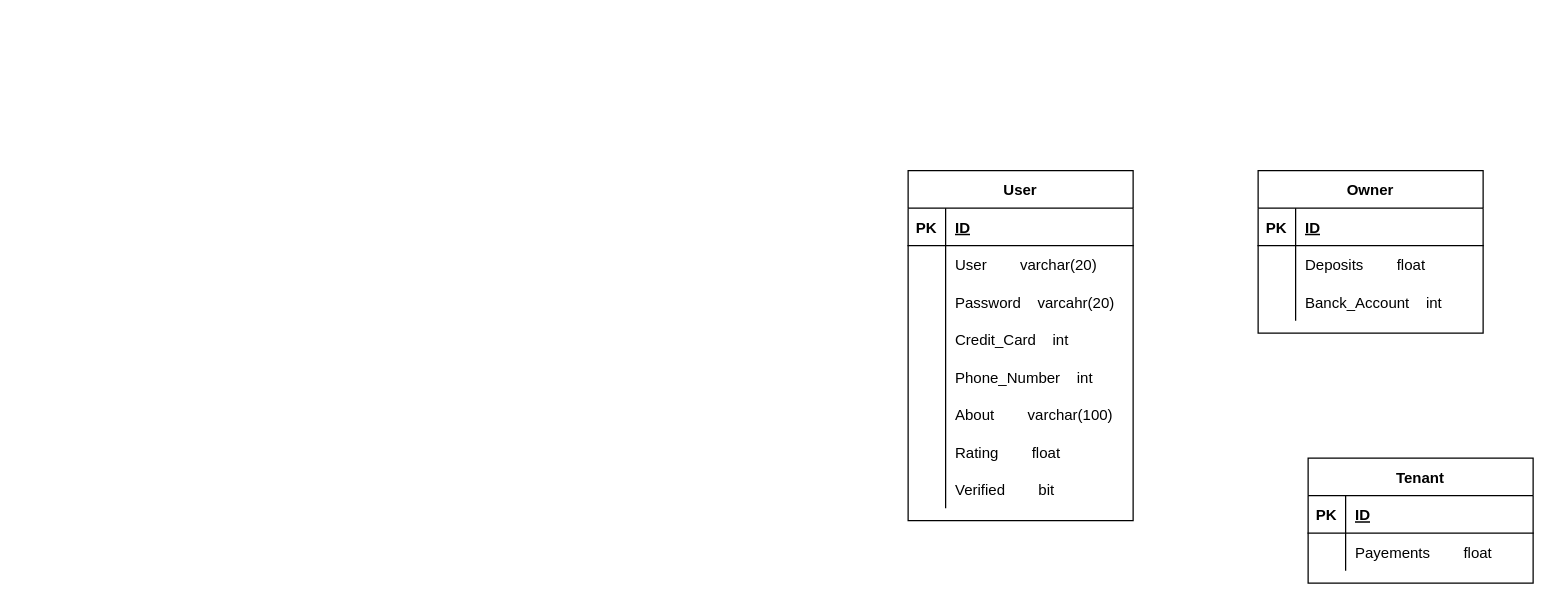
Earlier version of the draw.io diagram page "Mod Relacional" (2 of 2) of Charts_Rooming.drawio (samuelcrb/Rooming). Source tidied: cells renumbered, new cells numbered last; positions are measured from the earlier drawing's top-left corner, leaving out a move shared by most shapes. Both pictures are drawn from the tidied source at 125%, with x=0, y=0 at pixel (908, 170).
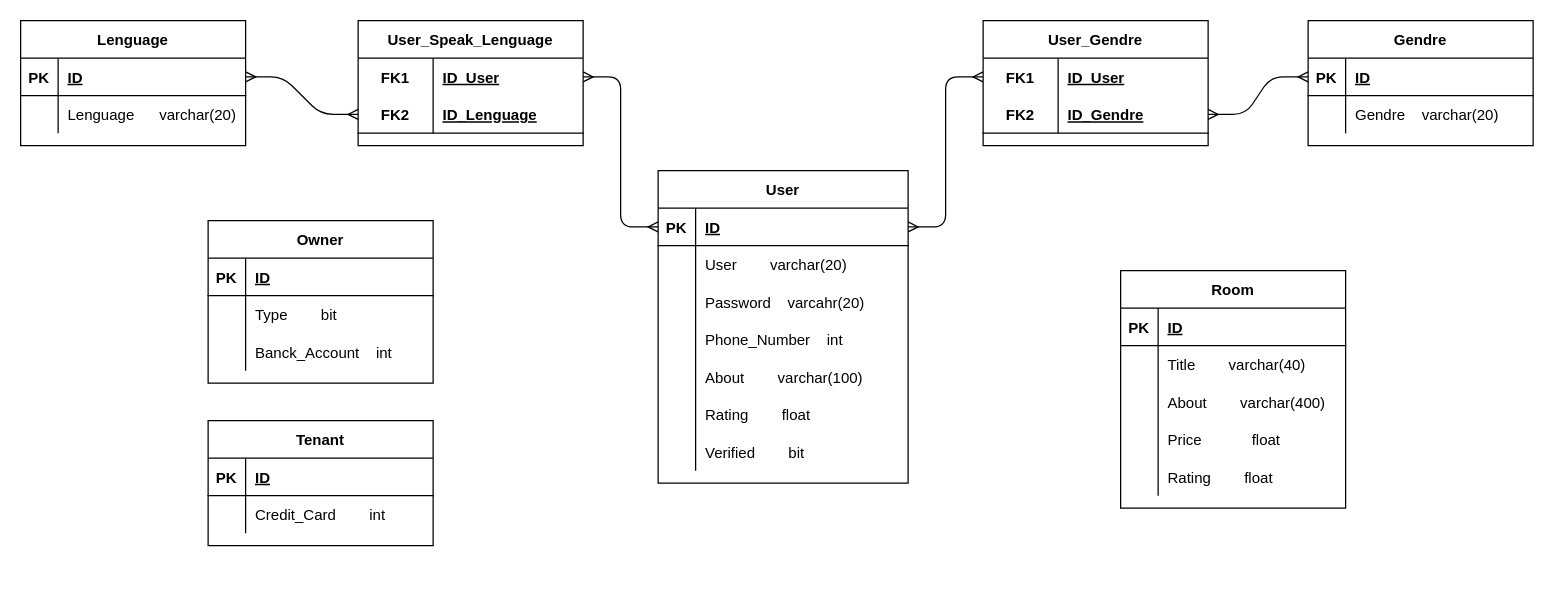
After the change.

The change refers to these unchanged cells:
```xml
<mxCell id="41" style="shape=partialRectangle;fillColor=none;top=0;left=0;bottom=0;right=0;" parent="37" vertex="1">
  <mxGeometry y="60" width="180" height="30" as="geometry" />
</mxCell>
```

Diff of the diagram source:
```diff
@@
     <mxCell id="2" value="User" style="shape=table;startSize=30;childLayout=tableLayout;rowLines=0;fontStyle=1;align=center;" parent="1" vertex="1">
-      <mxGeometry width="180" height="280" as="geometry" />
+      <mxGeometry x="-200" width="200" height="250" as="geometry" />
     </mxCell>
     <mxCell id="3" style="shape=partialRectangle;fillColor=none;top=0;left=0;bottom=1;right=0;points=[[0,0.5],[1,0.5]];portConstraint=eastwest;" parent="2" vertex="1">
-      <mxGeometry y="30" width="180" height="30" as="geometry" />
+      <mxGeometry y="30" width="200" height="30" as="geometry" />
     </mxCell>
@@
     <mxCell id="5" value="ID" style="shape=partialRectangle;fillColor=none;top=0;left=0;bottom=0;right=0;align=left;spacingLeft=6;fontStyle=5;overflow=hidden;" parent="3" vertex="1">
-      <mxGeometry x="30" width="150" height="30" as="geometry" />
+      <mxGeometry x="30" width="170" height="30" as="geometry" />
     </mxCell>
     <mxCell id="6" style="shape=partialRectangle;fillColor=none;top=0;left=0;bottom=0;right=0;" parent="2" vertex="1">
-      <mxGeometry y="60" width="180" height="30" as="geometry" />
+      <mxGeometry y="60" width="200" height="30" as="geometry" />
     </mxCell>
@@
     <mxCell id="8" value="User        varchar(20)" style="shape=partialRectangle;fillColor=none;top=0;left=0;bottom=0;right=0;align=left;spacingLeft=6;overflow=hidden;" parent="6" vertex="1">
-      <mxGeometry x="30" width="150" height="30" as="geometry" />
+      <mxGeometry x="30" width="170" height="30" as="geometry" />
     </mxCell>
     <mxCell id="9" style="shape=partialRectangle;fillColor=none;top=0;left=0;bottom=0;right=0;" parent="2" vertex="1">
-      <mxGeometry y="90" width="180" height="30" as="geometry" />
+      <mxGeometry y="90" width="200" height="30" as="geometry" />
     </mxCell>
@@
     <mxCell id="11" value="Password    varcahr(20)" style="shape=partialRectangle;fillColor=none;top=0;left=0;bottom=0;right=0;align=left;spacingLeft=6;overflow=hidden;" parent="9" vertex="1">
-      <mxGeometry x="30" width="150" height="30" as="geometry" />
+      <mxGeometry x="30" width="170" height="30" as="geometry" />
     </mxCell>
-    <mxCell id="12" style="shape=partialRectangle;fillColor=none;top=0;left=0;bottom=0;right=0;" parent="2" vertex="1">
-      <mxGeometry y="120" width="180" height="30" as="geometry" />
-    </mxCell>
-    <mxCell id="13" style="shape=partialRectangle;fillColor=none;top=0;left=0;bottom=0;right=0;overflow=hidden;" parent="12" vertex="1">
-      <mxGeometry width="30" height="30" as="geometry" />
-    </mxCell>
-    <mxCell id="14" value="Credit_Card    int" style="shape=partialRectangle;fillColor=none;top=0;left=0;bottom=0;right=0;align=left;spacingLeft=6;overflow=hidden;" parent="12" vertex="1">
-      <mxGeometry x="30" width="150" height="30" as="geometry" />
-    </mxCell>
     <mxCell id="15" style="shape=partialRectangle;fillColor=none;top=0;left=0;bottom=0;right=0;" parent="2" vertex="1">
-      <mxGeometry y="150" width="180" height="30" as="geometry" />
+      <mxGeometry y="120" width="200" height="30" as="geometry" />
     </mxCell>
@@
     <mxCell id="17" value="Phone_Number    int" style="shape=partialRectangle;fillColor=none;top=0;left=0;bottom=0;right=0;align=left;spacingLeft=6;overflow=hidden;" parent="15" vertex="1">
-      <mxGeometry x="30" width="150" height="30" as="geometry" />
+      <mxGeometry x="30" width="170" height="30" as="geometry" />
     </mxCell>
     <mxCell id="18" style="shape=partialRectangle;fillColor=none;top=0;left=0;bottom=0;right=0;" parent="2" vertex="1">
-      <mxGeometry y="180" width="180" height="30" as="geometry" />
+      <mxGeometry y="150" width="200" height="30" as="geometry" />
     </mxCell>
@@
     <mxCell id="20" value="About        varchar(100)" style="shape=partialRectangle;fillColor=none;top=0;left=0;bottom=0;right=0;align=left;spacingLeft=6;overflow=hidden;" parent="18" vertex="1">
-      <mxGeometry x="30" width="150" height="30" as="geometry" />
+      <mxGeometry x="30" width="170" height="30" as="geometry" />
     </mxCell>
     <mxCell id="21" style="shape=partialRectangle;fillColor=none;top=0;left=0;bottom=0;right=0;" parent="2" vertex="1">
-      <mxGeometry y="210" width="180" height="30" as="geometry" />
+      <mxGeometry y="180" width="200" height="30" as="geometry" />
     </mxCell>
@@
     <mxCell id="23" value="Rating        float" style="shape=partialRectangle;fillColor=none;top=0;left=0;bottom=0;right=0;align=left;spacingLeft=6;overflow=hidden;" parent="21" vertex="1">
-      <mxGeometry x="30" width="150" height="30" as="geometry" />
+      <mxGeometry x="30" width="170" height="30" as="geometry" />
     </mxCell>
     <mxCell id="24" style="shape=partialRectangle;fillColor=none;top=0;left=0;bottom=0;right=0;" parent="2" vertex="1">
-      <mxGeometry y="240" width="180" height="30" as="geometry" />
+      <mxGeometry y="210" width="200" height="30" as="geometry" />
     </mxCell>
@@
     <mxCell id="26" value="Verified        bit" style="shape=partialRectangle;fillColor=none;top=0;left=0;bottom=0;right=0;align=left;spacingLeft=6;overflow=hidden;" parent="24" vertex="1">
-      <mxGeometry x="30" width="150" height="30" as="geometry" />
+      <mxGeometry x="30" width="170" height="30" as="geometry" />
     </mxCell>
     <mxCell id="27" value="Owner" style="shape=table;startSize=30;childLayout=tableLayout;rowLines=0;fontStyle=1;align=center;" parent="1" vertex="1">
-      <mxGeometry x="280" width="180" height="130" as="geometry" />
+      <mxGeometry x="-560" y="40" width="180" height="130" as="geometry" />
     </mxCell>
@@
-    <mxCell id="31" style="shape=partialRectangle;fillColor=none;top=0;left=0;bottom=0;right=0;" parent="27" vertex="1">
-      <mxGeometry y="60" width="180" height="30" as="geometry" />
-    </mxCell>
-    <mxCell id="32" style="shape=partialRectangle;fillColor=none;top=0;left=0;bottom=0;right=0;overflow=hidden;" parent="31" vertex="1">
-      <mxGeometry width="30" height="30" as="geometry" />
-    </mxCell>
-    <mxCell id="33" value="Deposits        float" style="shape=partialRectangle;fillColor=none;top=0;left=0;bottom=0;right=0;align=left;spacingLeft=6;overflow=hidden;" parent="31" vertex="1">
-      <mxGeometry x="30" width="150" height="30" as="geometry" />
-    </mxCell>
+    <mxCell id="44" style="shape=partialRectangle;fillColor=none;top=0;left=0;bottom=0;right=0;" parent="27" vertex="1">
+      <mxGeometry y="60" width="180" height="30" as="geometry" />
+    </mxCell>
+    <mxCell id="45" style="shape=partialRectangle;fillColor=none;top=0;left=0;bottom=0;right=0;overflow=hidden;" parent="44" vertex="1">
+      <mxGeometry width="30" height="30" as="geometry" />
+    </mxCell>
+    <mxCell id="46" value="Type        bit" style="shape=partialRectangle;fillColor=none;top=0;left=0;bottom=0;right=0;align=left;spacingLeft=6;overflow=hidden;" parent="44" vertex="1">
+      <mxGeometry x="30" width="150" height="30" as="geometry" />
+    </mxCell>
@@
     <mxCell id="37" value="Tenant" style="shape=table;startSize=30;childLayout=tableLayout;rowLines=0;fontStyle=1;align=center;" parent="1" vertex="1">
-      <mxGeometry x="320" y="230" width="180" height="100" as="geometry" />
+      <mxGeometry x="-560" y="200" width="180" height="100" as="geometry" />
     </mxCell>
@@
-    <mxCell id="43" value="Payements        float" style="shape=partialRectangle;fillColor=none;top=0;left=0;bottom=0;right=0;align=left;spacingLeft=6;overflow=hidden;" parent="41" vertex="1">
+    <mxCell id="43" value="Credit_Card        int" style="shape=partialRectangle;fillColor=none;top=0;left=0;bottom=0;right=0;align=left;spacingLeft=6;overflow=hidden;" parent="41" vertex="1">
       <mxGeometry x="30" width="150" height="30" as="geometry" />
     </mxCell>
+    <mxCell id="47" value="Lenguage" style="shape=table;startSize=30;childLayout=tableLayout;rowLines=0;fontStyle=1;align=center;" parent="1" vertex="1">
+      <mxGeometry x="-710" y="-120" width="180" height="100" as="geometry" />
+    </mxCell>
+    <mxCell id="48" style="shape=partialRectangle;fillColor=none;top=0;left=0;bottom=1;right=0;points=[[0,0.5],[1,0.5]];portConstraint=eastwest;" parent="47" vertex="1">
+      <mxGeometry y="30" width="180" height="30" as="geometry" />
+    </mxCell>
+    <mxCell id="49" value="PK" style="shape=partialRectangle;fillColor=none;top=0;left=0;bottom=0;right=0;fontStyle=1;overflow=hidden;" parent="48" vertex="1">
+      <mxGeometry width="30" height="30" as="geometry" />
+    </mxCell>
+    <mxCell id="50" value="ID" style="shape=partialRectangle;fillColor=none;top=0;left=0;bottom=0;right=0;align=left;spacingLeft=6;fontStyle=5;overflow=hidden;" parent="48" vertex="1">
+      <mxGeometry x="30" width="150" height="30" as="geometry" />
+    </mxCell>
+    <mxCell id="51" style="shape=partialRectangle;fillColor=none;top=0;left=0;bottom=0;right=0;" parent="47" vertex="1">
+      <mxGeometry y="60" width="180" height="30" as="geometry" />
+    </mxCell>
+    <mxCell id="52" style="shape=partialRectangle;fillColor=none;top=0;left=0;bottom=0;right=0;overflow=hidden;" parent="51" vertex="1">
+      <mxGeometry width="30" height="30" as="geometry" />
+    </mxCell>
+    <mxCell id="53" value="Lenguage      varchar(20)" style="shape=partialRectangle;fillColor=none;top=0;left=0;bottom=0;right=0;align=left;spacingLeft=6;overflow=hidden;" parent="51" vertex="1">
+      <mxGeometry x="30" width="150" height="30" as="geometry" />
+    </mxCell>
+    <mxCell id="54" value="Gendre" style="shape=table;startSize=30;childLayout=tableLayout;rowLines=0;fontStyle=1;align=center;" parent="1" vertex="1">
+      <mxGeometry x="320" y="-120" width="180" height="100" as="geometry" />
+    </mxCell>
+    <mxCell id="55" style="shape=partialRectangle;fillColor=none;top=0;left=0;bottom=1;right=0;points=[[0,0.5],[1,0.5]];portConstraint=eastwest;" parent="54" vertex="1">
+      <mxGeometry y="30" width="180" height="30" as="geometry" />
+    </mxCell>
+    <mxCell id="56" value="PK" style="shape=partialRectangle;fillColor=none;top=0;left=0;bottom=0;right=0;fontStyle=1;overflow=hidden;" parent="55" vertex="1">
+      <mxGeometry width="30" height="30" as="geometry" />
+    </mxCell>
+    <mxCell id="57" value="ID" style="shape=partialRectangle;fillColor=none;top=0;left=0;bottom=0;right=0;align=left;spacingLeft=6;fontStyle=5;overflow=hidden;" parent="55" vertex="1">
+      <mxGeometry x="30" width="150" height="30" as="geometry" />
+    </mxCell>
+    <mxCell id="58" style="shape=partialRectangle;fillColor=none;top=0;left=0;bottom=0;right=0;" parent="54" vertex="1">
+      <mxGeometry y="60" width="180" height="30" as="geometry" />
+    </mxCell>
+    <mxCell id="59" style="shape=partialRectangle;fillColor=none;top=0;left=0;bottom=0;right=0;overflow=hidden;" parent="58" vertex="1">
+      <mxGeometry width="30" height="30" as="geometry" />
+    </mxCell>
+    <mxCell id="60" value="Gendre    varchar(20)" style="shape=partialRectangle;fillColor=none;top=0;left=0;bottom=0;right=0;align=left;spacingLeft=6;overflow=hidden;" parent="58" vertex="1">
+      <mxGeometry x="30" width="150" height="30" as="geometry" />
+    </mxCell>
+    <mxCell id="61" style="edgeStyle=entityRelationEdgeStyle;fontSize=12;html=1;endArrow=ERmany;startArrow=ERmany;entryX=0;entryY=0.5;entryDx=0;entryDy=0;exitX=1;exitY=0.5;exitDx=0;exitDy=0;" parent="1" edge="1" source="64" target="3">
+      <mxGeometry relative="1" as="geometry" />
+    </mxCell>
+    <mxCell id="62" style="edgeStyle=entityRelationEdgeStyle;fontSize=12;html=1;endArrow=ERmany;startArrow=ERmany;entryX=0;entryY=0.5;entryDx=0;entryDy=0;exitX=1;exitY=0.5;exitDx=0;exitDy=0;" parent="1" edge="1" source="3" target="72">
+      <mxGeometry relative="1" as="geometry" />
+    </mxCell>
+    <mxCell id="63" value="User_Speak_Lenguage" style="shape=table;startSize=30;childLayout=tableLayout;rowLines=0;fontStyle=1;align=center;" parent="1" vertex="1">
+      <mxGeometry x="-440" y="-120" width="180" height="100" as="geometry" />
+    </mxCell>
+    <mxCell id="64" style="shape=partialRectangle;fillColor=none;top=0;left=0;bottom=0;right=0;points=[[0,0.5],[1,0.5]];portConstraint=eastwest;" parent="63" vertex="1">
+      <mxGeometry y="30" width="180" height="30" as="geometry" />
+    </mxCell>
+    <mxCell id="65" value="FK1" style="shape=partialRectangle;fillColor=none;top=0;left=0;bottom=0;right=0;fontStyle=1;overflow=hidden;" parent="64" vertex="1">
+      <mxGeometry width="60" height="30" as="geometry" />
+    </mxCell>
+    <mxCell id="66" value="ID_User" style="shape=partialRectangle;fillColor=none;top=0;left=0;bottom=0;right=0;align=left;spacingLeft=6;fontStyle=5;overflow=hidden;" parent="64" vertex="1">
+      <mxGeometry x="60" width="120" height="30" as="geometry" />
+    </mxCell>
+    <mxCell id="67" style="shape=partialRectangle;fillColor=none;top=0;left=0;bottom=1;right=0;points=[[0,0.5],[1,0.5]];portConstraint=eastwest;" parent="63" vertex="1">
+      <mxGeometry y="60" width="180" height="30" as="geometry" />
+    </mxCell>
+    <mxCell id="68" value="FK2" style="shape=partialRectangle;fillColor=none;top=0;left=0;bottom=0;right=0;fontStyle=1;overflow=hidden;" parent="67" vertex="1">
+      <mxGeometry width="60" height="30" as="geometry" />
+    </mxCell>
+    <mxCell id="69" value="ID_Lenguage" style="shape=partialRectangle;fillColor=none;top=0;left=0;bottom=0;right=0;align=left;spacingLeft=6;fontStyle=5;overflow=hidden;" parent="67" vertex="1">
+      <mxGeometry x="60" width="120" height="30" as="geometry" />
+    </mxCell>
+    <mxCell id="70" style="edgeStyle=entityRelationEdgeStyle;fontSize=12;html=1;endArrow=ERmany;startArrow=ERmany;entryX=0;entryY=0.5;entryDx=0;entryDy=0;exitX=1;exitY=0.5;exitDx=0;exitDy=0;" parent="1" edge="1" source="48" target="67">
+      <mxGeometry relative="1" as="geometry" />
+    </mxCell>
+    <mxCell id="71" value="User_Gendre" style="shape=table;startSize=30;childLayout=tableLayout;rowLines=0;fontStyle=1;align=center;" parent="1" vertex="1">
+      <mxGeometry x="60" y="-120" width="180" height="100" as="geometry" />
+    </mxCell>
+    <mxCell id="72" style="shape=partialRectangle;fillColor=none;top=0;left=0;bottom=0;right=0;points=[[0,0.5],[1,0.5]];portConstraint=eastwest;" parent="71" vertex="1">
+      <mxGeometry y="30" width="180" height="30" as="geometry" />
+    </mxCell>
+    <mxCell id="73" value="FK1" style="shape=partialRectangle;fillColor=none;top=0;left=0;bottom=0;right=0;fontStyle=1;overflow=hidden;" parent="72" vertex="1">
+      <mxGeometry width="60" height="30" as="geometry" />
+    </mxCell>
+    <mxCell id="74" value="ID_User" style="shape=partialRectangle;fillColor=none;top=0;left=0;bottom=0;right=0;align=left;spacingLeft=6;fontStyle=5;overflow=hidden;" parent="72" vertex="1">
+      <mxGeometry x="60" width="120" height="30" as="geometry" />
+    </mxCell>
+    <mxCell id="75" style="shape=partialRectangle;fillColor=none;top=0;left=0;bottom=1;right=0;points=[[0,0.5],[1,0.5]];portConstraint=eastwest;" parent="71" vertex="1">
+      <mxGeometry y="60" width="180" height="30" as="geometry" />
+    </mxCell>
+    <mxCell id="76" value="FK2" style="shape=partialRectangle;fillColor=none;top=0;left=0;bottom=0;right=0;fontStyle=1;overflow=hidden;" parent="75" vertex="1">
+      <mxGeometry width="60" height="30" as="geometry" />
+    </mxCell>
+    <mxCell id="77" value="ID_Gendre" style="shape=partialRectangle;fillColor=none;top=0;left=0;bottom=0;right=0;align=left;spacingLeft=6;fontStyle=5;overflow=hidden;" parent="75" vertex="1">
+      <mxGeometry x="60" width="120" height="30" as="geometry" />
+    </mxCell>
+    <mxCell id="78" style="edgeStyle=entityRelationEdgeStyle;fontSize=12;html=1;endArrow=ERmany;startArrow=ERmany;entryX=0;entryY=0.5;entryDx=0;entryDy=0;exitX=1;exitY=0.5;exitDx=0;exitDy=0;" parent="1" edge="1" source="75" target="55">
+      <mxGeometry relative="1" as="geometry" />
+    </mxCell>
+    <mxCell id="79" value="Room" style="shape=table;startSize=30;childLayout=tableLayout;rowLines=0;fontStyle=1;align=center;" parent="1" vertex="1">
+      <mxGeometry x="170" y="80" width="180" height="190" as="geometry" />
+    </mxCell>
+    <mxCell id="80" style="shape=partialRectangle;fillColor=none;top=0;left=0;bottom=1;right=0;" parent="79" vertex="1">
+      <mxGeometry y="30" width="180" height="30" as="geometry" />
+    </mxCell>
+    <mxCell id="81" value="PK" style="shape=partialRectangle;fillColor=none;top=0;left=0;bottom=0;right=0;fontStyle=1;overflow=hidden;" parent="80" vertex="1">
+      <mxGeometry width="30" height="30" as="geometry" />
+    </mxCell>
+    <mxCell id="82" value="ID" style="shape=partialRectangle;fillColor=none;top=0;left=0;bottom=0;right=0;align=left;spacingLeft=6;fontStyle=5;overflow=hidden;" parent="80" vertex="1">
+      <mxGeometry x="30" width="150" height="30" as="geometry" />
+    </mxCell>
+    <mxCell id="83" style="shape=partialRectangle;fillColor=none;top=0;left=0;bottom=0;right=0;" parent="79" vertex="1">
+      <mxGeometry y="60" width="180" height="30" as="geometry" />
+    </mxCell>
+    <mxCell id="84" style="shape=partialRectangle;fillColor=none;top=0;left=0;bottom=0;right=0;overflow=hidden;" parent="83" vertex="1">
+      <mxGeometry width="30" height="30" as="geometry" />
+    </mxCell>
+    <mxCell id="85" value="Title        varchar(40)" style="shape=partialRectangle;fillColor=none;top=0;left=0;bottom=0;right=0;align=left;spacingLeft=6;overflow=hidden;" parent="83" vertex="1">
+      <mxGeometry x="30" width="150" height="30" as="geometry" />
+    </mxCell>
+    <mxCell id="86" style="shape=partialRectangle;fillColor=none;top=0;left=0;bottom=0;right=0;" parent="79" vertex="1">
+      <mxGeometry y="90" width="180" height="30" as="geometry" />
+    </mxCell>
+    <mxCell id="87" style="shape=partialRectangle;fillColor=none;top=0;left=0;bottom=0;right=0;overflow=hidden;" parent="86" vertex="1">
+      <mxGeometry width="30" height="30" as="geometry" />
+    </mxCell>
+    <mxCell id="88" value="About        varchar(400)" style="shape=partialRectangle;fillColor=none;top=0;left=0;bottom=0;right=0;align=left;spacingLeft=6;overflow=hidden;" parent="86" vertex="1">
+      <mxGeometry x="30" width="150" height="30" as="geometry" />
+    </mxCell>
+    <mxCell id="12" style="shape=partialRectangle;fillColor=none;top=0;left=0;bottom=0;right=0;" parent="79" vertex="1">
+      <mxGeometry y="120" width="180" height="30" as="geometry" />
+    </mxCell>
+    <mxCell id="89" style="shape=partialRectangle;fillColor=none;top=0;left=0;bottom=0;right=0;overflow=hidden;" parent="12" vertex="1">
+      <mxGeometry width="30" height="30" as="geometry" />
+    </mxCell>
+    <mxCell id="90" value="Price            float" style="shape=partialRectangle;fillColor=none;top=0;left=0;bottom=0;right=0;align=left;spacingLeft=6;overflow=hidden;" parent="12" vertex="1">
+      <mxGeometry x="30" width="150" height="30" as="geometry" />
+    </mxCell>
+    <mxCell id="91" style="shape=partialRectangle;fillColor=none;top=0;left=0;bottom=0;right=0;" parent="79" vertex="1">
+      <mxGeometry y="150" width="180" height="30" as="geometry" />
+    </mxCell>
+    <mxCell id="92" style="shape=partialRectangle;fillColor=none;top=0;left=0;bottom=0;right=0;overflow=hidden;" parent="91" vertex="1">
+      <mxGeometry width="30" height="30" as="geometry" />
+    </mxCell>
+    <mxCell id="93" value="Rating        float" style="shape=partialRectangle;fillColor=none;top=0;left=0;bottom=0;right=0;align=left;spacingLeft=6;overflow=hidden;" parent="91" vertex="1">
+      <mxGeometry x="30" width="150" height="30" as="geometry" />
+    </mxCell>
```
